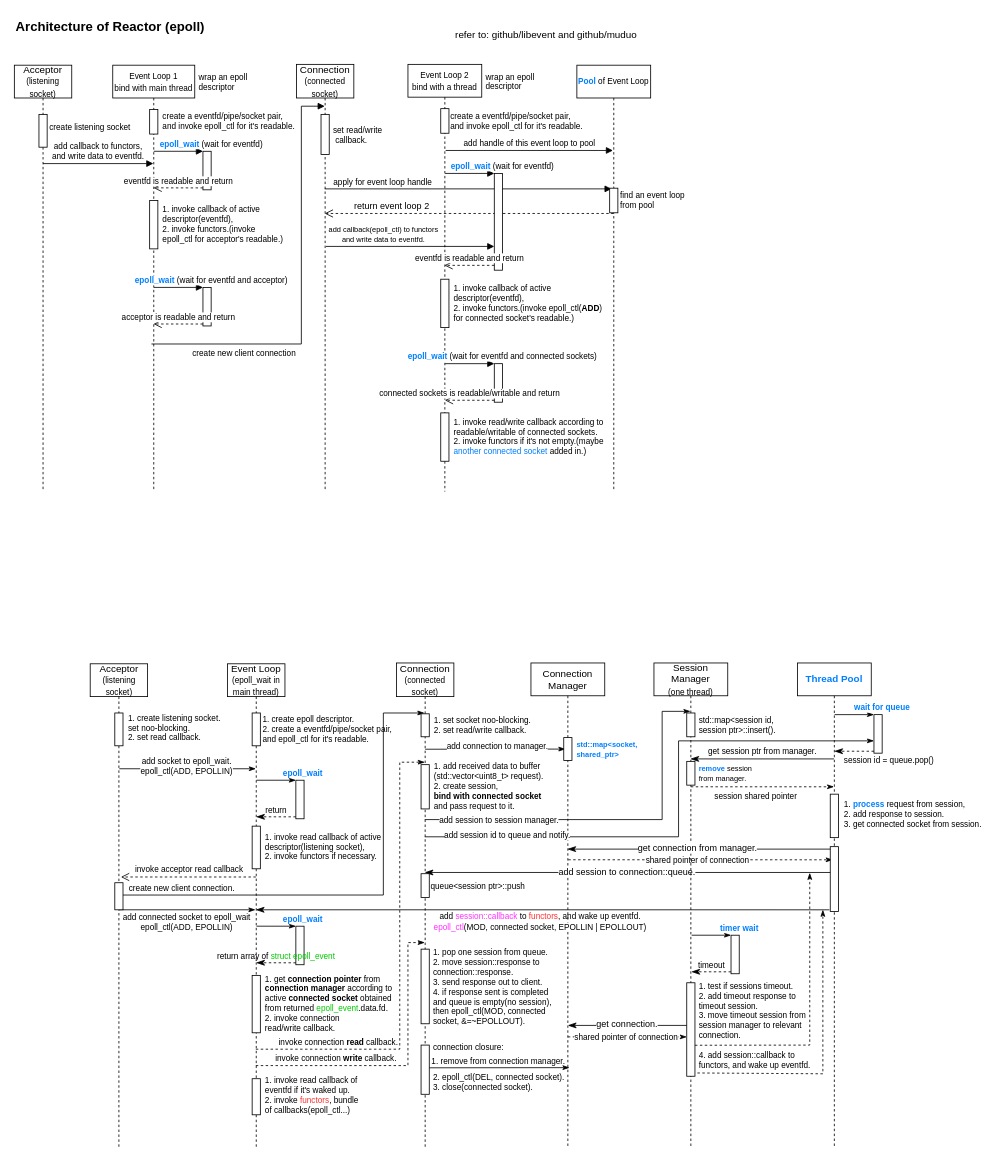
lsclone/StrayBirds keeps this draw.io diagram as asio_arch.drawio. Above is the earlier version. Source tidied: cells renumbered, new cells numbered last; positions are measured from the earlier drawing's top-left corner, leaving out a move shared by most shapes. Both pictures are drawn from the tidied source at 82%, with x=0, y=0 at pixel (14, 14).
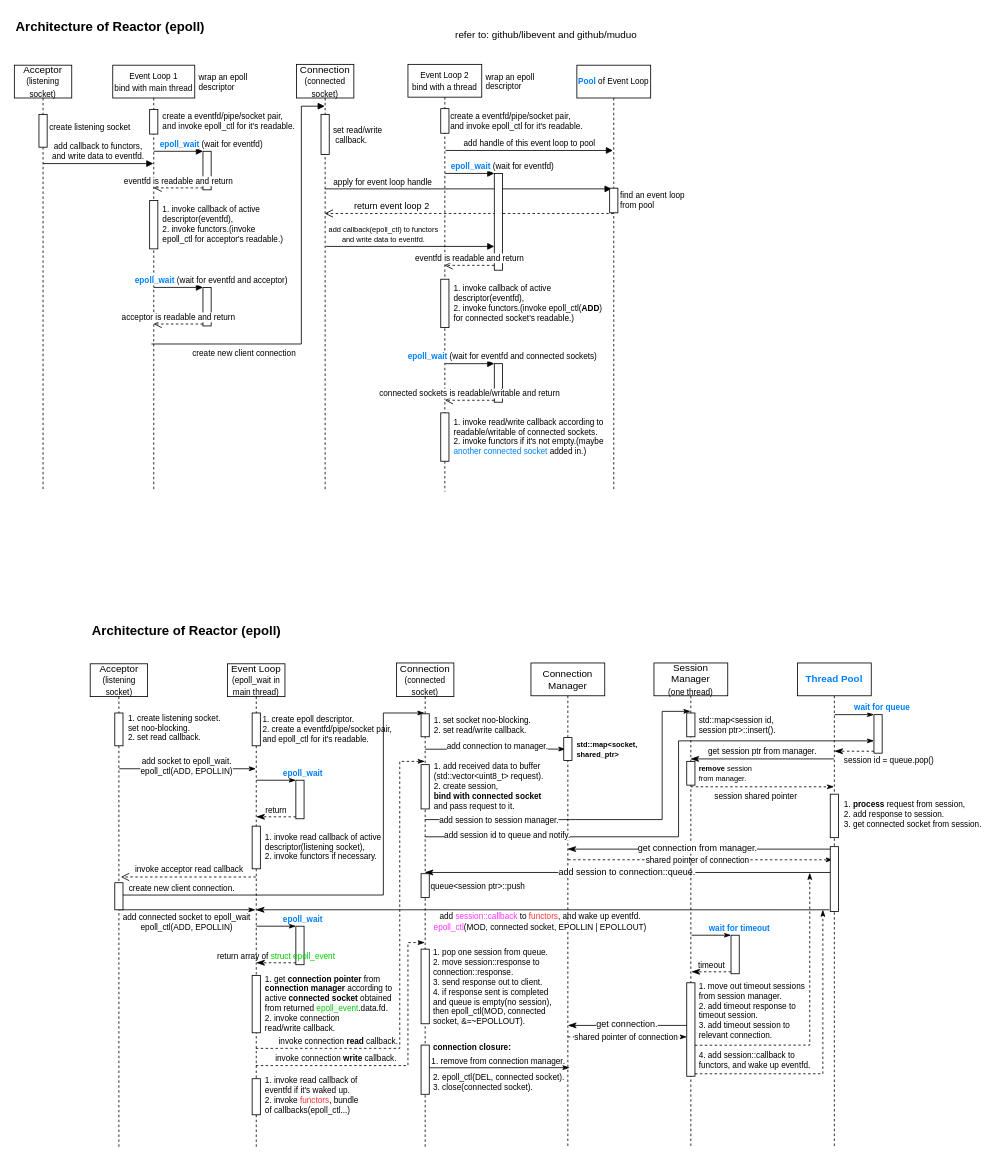
Above is the later version.

Unchanged cells that the change refers to:
```xml
<mxCell id="47" value="Event Loop&lt;br&gt;&lt;font style=&quot;font-size: 10px;&quot;&gt;(epoll_wait in main thread)&lt;/font&gt;" style="shape=umlLifeline;perimeter=lifelinePerimeter;whiteSpace=wrap;html=1;outlineConnect=0;size=40;" parent="1" vertex="1">
  <mxGeometry x="260" y="792" width="70" height="590" as="geometry" />
</mxCell>
<mxCell id="110" style="html=1;points=[];perimeter=orthogonalPerimeter;fontSize=10;" parent="1" vertex="1">
  <mxGeometry x="874" y="1123" width="10" height="47" as="geometry" />
</mxCell>
```

Change to the diagram source:
```diff
@@
-    <mxCell id="50" value="invoke connection &lt;b&gt;read &lt;/b&gt;callback." style="html=1;verticalAlign=bottom;endArrow=classicThin;rounded=0;fontSize=10;dashed=1;endFill=1;" parent="47" edge="1" source="47">
+    <mxCell id="50" value="invoke connection &lt;b&gt;read &lt;/b&gt;callback." style="html=1;verticalAlign=bottom;endArrow=classicThin;rounded=0;fontSize=10;dashed=1;endFill=1;" parent="47" edge="1">
       <mxGeometry x="-0.64" relative="1" as="geometry">
-        <mxPoint x="240.5" y="120" as="targetPoint" />
+        <mxPoint x="34.5" y="469" as="sourcePoint" />
+        <mxPoint x="240.5" y="119" as="targetPoint" />
         <Array as="points">
-          <mxPoint x="210" y="470" />
-          <mxPoint x="210" y="120" />
+          <mxPoint x="210" y="469" />
+          <mxPoint x="210" y="119" />
         </Array>
       </mxGeometry>
     </mxCell>
@@
-    <mxCell id="99" value="&lt;span style=&quot;background-color: rgb(255 , 255 , 255)&quot;&gt;1. &lt;b&gt;&lt;font color=&quot;#007fff&quot;&gt;process&amp;nbsp;&lt;/font&gt;&lt;/b&gt;&lt;/span&gt;&lt;span style=&quot;background-color: rgb(255, 255, 255);&quot;&gt;request from&amp;nbsp;&lt;/span&gt;&lt;span style=&quot;background-color: rgb(255 , 255 , 255)&quot;&gt;session, &lt;br&gt;2. add response to session.&lt;br&gt;3. get connected socket from session.&lt;br&gt;&lt;/span&gt;" style="text;html=1;strokeColor=none;fillColor=none;align=left;verticalAlign=middle;whiteSpace=wrap;rounded=0;fontSize=10;" parent="1" vertex="1">
+    <mxCell id="99" value="&lt;span style=&quot;background-color: rgb(255 , 255 , 255)&quot;&gt;1. &lt;b&gt;process&amp;nbsp;&lt;/b&gt;&lt;/span&gt;&lt;span style=&quot;background-color: rgb(255, 255, 255);&quot;&gt;request from&amp;nbsp;&lt;/span&gt;&lt;span style=&quot;background-color: rgb(255 , 255 , 255)&quot;&gt;session, &lt;br&gt;2. add response to session.&lt;br&gt;3. get connected socket from session.&lt;br&gt;&lt;/span&gt;" style="text;html=1;strokeColor=none;fillColor=none;align=left;verticalAlign=middle;whiteSpace=wrap;rounded=0;fontSize=10;" parent="1" vertex="1">
       <mxGeometry x="1010" y="960" width="178" height="30" as="geometry" />
     </mxCell>
-    <mxCell id="100" value="&lt;span style=&quot;background-color: rgb(255 , 255 , 255)&quot;&gt;&lt;font style=&quot;font-weight: bold; font-size: 9px;&quot; color=&quot;#007fff&quot;&gt;remove &lt;/font&gt;&lt;font style=&quot;font-size: 9px;&quot;&gt;session from manager.&lt;/font&gt;&lt;br&gt;&lt;/span&gt;" style="text;html=1;strokeColor=none;fillColor=none;align=left;verticalAlign=middle;whiteSpace=wrap;rounded=0;fontSize=10;" parent="1" vertex="1">
+    <mxCell id="100" value="&lt;span style=&quot;background-color: rgb(255 , 255 , 255)&quot;&gt;&lt;font style=&quot;font-weight: bold; font-size: 9px;&quot;&gt;remove &lt;/font&gt;&lt;font style=&quot;font-size: 9px;&quot;&gt;session from manager.&lt;/font&gt;&lt;br&gt;&lt;/span&gt;" style="text;html=1;strokeColor=none;fillColor=none;align=left;verticalAlign=middle;whiteSpace=wrap;rounded=0;fontSize=10;" parent="1" vertex="1">
       <mxGeometry x="833" y="910" width="77" height="30" as="geometry" />
     </mxCell>
@@
-    <mxCell id="106" value="&lt;b style=&quot;text-align: center;&quot;&gt;&lt;font style=&quot;font-size: 9px;&quot; color=&quot;#007fff&quot;&gt;std::map&amp;lt;socket, &lt;br&gt;shared_ptr&amp;gt;&lt;/font&gt;&lt;/b&gt;&lt;span style=&quot;background-color: rgb(255 , 255 , 255)&quot;&gt;&lt;br&gt;&lt;/span&gt;" style="text;html=1;strokeColor=none;fillColor=none;align=left;verticalAlign=middle;whiteSpace=wrap;rounded=0;fontSize=10;" parent="1" vertex="1">
+    <mxCell id="106" value="&lt;b style=&quot;text-align: center;&quot;&gt;&lt;font style=&quot;font-size: 9px;&quot;&gt;std::map&amp;lt;socket, &lt;br&gt;shared_ptr&amp;gt;&lt;/font&gt;&lt;/b&gt;&lt;span style=&quot;background-color: rgb(255 , 255 , 255)&quot;&gt;&lt;br&gt;&lt;/span&gt;" style="text;html=1;strokeColor=none;fillColor=none;align=left;verticalAlign=middle;whiteSpace=wrap;rounded=0;fontSize=10;" parent="1" vertex="1">
       <mxGeometry x="684" y="888" width="80" height="16" as="geometry" />
     </mxCell>
@@
-    <mxCell id="108" value="&lt;span style=&quot;background-color: rgb(255 , 255 , 255)&quot;&gt;connection closure:&lt;br&gt;&lt;br&gt;&lt;br&gt;2. epoll_ctl(DEL, connected socket).&lt;br&gt;3. close(connected socket).&lt;br&gt;&lt;/span&gt;" style="text;html=1;strokeColor=none;fillColor=none;align=left;verticalAlign=middle;whiteSpace=wrap;rounded=0;fontSize=10;" parent="1" vertex="1">
+    <mxCell id="108" value="&lt;span style=&quot;background-color: rgb(255 , 255 , 255)&quot;&gt;&lt;b&gt;connection closure:&lt;/b&gt;&lt;br&gt;&lt;br&gt;&lt;br&gt;2. epoll_ctl(DEL, connected socket).&lt;br&gt;3. close(connected socket).&lt;br&gt;&lt;/span&gt;" style="text;html=1;strokeColor=none;fillColor=none;align=left;verticalAlign=middle;whiteSpace=wrap;rounded=0;fontSize=10;" parent="1" vertex="1">
       <mxGeometry x="509" y="1249" width="170" height="70" as="geometry" />
     </mxCell>
@@
-    <mxCell id="111" value="&lt;font color=&quot;#007fff&quot;&gt;&lt;b&gt;timer wait&lt;/b&gt;&lt;/font&gt;" style="html=1;verticalAlign=bottom;endArrow=classicThin;entryX=0;entryY=0;rounded=0;fontSize=10;endFill=1;" parent="1" edge="1" target="110">
+    <mxCell id="111" value="&lt;font color=&quot;#007fff&quot;&gt;&lt;b&gt;wait for timeout&lt;/b&gt;&lt;/font&gt;" style="html=1;verticalAlign=bottom;endArrow=classicThin;entryX=0;entryY=0;rounded=0;fontSize=10;endFill=1;" parent="1" edge="1" target="110">
       <mxGeometry x="1" y="10" relative="1" as="geometry">
         <mxPoint x="826" y="1123" as="sourcePoint" />
         <mxPoint x="10" y="10" as="offset" />
       </mxGeometry>
     </mxCell>
@@
-    <mxCell id="113" value="&lt;span style=&quot;background-color: rgb(255 , 255 , 255)&quot;&gt;1. test if sessions timeout.&lt;br&gt;&lt;/span&gt;2. add timeout response to timeout session.&lt;span style=&quot;background-color: rgb(255 , 255 , 255)&quot;&gt;&lt;br&gt;3. move timeout session from session manager to relevant connection.&lt;br&gt;&lt;br&gt;4. add session::callback to functors, and wake up eventfd.&lt;br&gt;&lt;br&gt;&lt;/span&gt;" style="text;html=1;strokeColor=none;fillColor=none;align=left;verticalAlign=middle;whiteSpace=wrap;rounded=0;fontSize=10;" parent="1" vertex="1">
+    <mxCell id="113" value="&lt;span style=&quot;background-color: rgb(255 , 255 , 255)&quot;&gt;1. move out&amp;nbsp;&lt;/span&gt;timeout&amp;nbsp;&lt;span style=&quot;background-color: rgb(255 , 255 , 255)&quot;&gt;sessions from session manager.&lt;br&gt;&lt;/span&gt;2. add timeout response to timeout session.&lt;span style=&quot;background-color: rgb(255 , 255 , 255)&quot;&gt;&lt;br&gt;3. add timeout session to relevant connection.&lt;br&gt;&lt;br&gt;4. add session::callback to functors, and wake up eventfd.&lt;br&gt;&lt;br&gt;&lt;/span&gt;" style="text;html=1;strokeColor=none;fillColor=none;align=left;verticalAlign=middle;whiteSpace=wrap;rounded=0;fontSize=10;" parent="1" vertex="1">
       <mxGeometry x="833" y="1186" width="147" height="105" as="geometry" />
     </mxCell>
@@
-    <mxCell id="115" style="html=1;verticalAlign=bottom;endArrow=classicThin;rounded=0;fontSize=10;endFill=1;exitX=0;exitY=1;exitDx=0;exitDy=0;dashed=1;" parent="1" edge="1" source="113">
+    <mxCell id="115" style="html=1;verticalAlign=bottom;endArrow=classicThin;rounded=0;fontSize=10;endFill=1;dashed=1;" parent="1" edge="1">
       <mxGeometry x="0.03" y="-6" relative="1" as="geometry">
+        <mxPoint x="830" y="1292" as="sourcePoint" />
         <mxPoint x="986" y="1092" as="targetPoint" />
         <Array as="points">
           <mxPoint x="986" y="1292" />
         </Array>
       </mxGeometry>
     </mxCell>
+    <mxCell id="116" value="&lt;span style=&quot;background-color: rgb(255 , 255 , 255)&quot;&gt;&lt;b&gt;&lt;font style=&quot;font-size: 16px&quot;&gt;Architecture of Reactor (epoll)&lt;/font&gt;&lt;/b&gt;&lt;br&gt;&lt;/span&gt;" style="text;html=1;strokeColor=none;fillColor=none;align=left;verticalAlign=middle;whiteSpace=wrap;rounded=0;fontSize=10;" parent="1" vertex="1">
+      <mxGeometry x="92.5" y="736" width="255" height="30" as="geometry" />
+    </mxCell>
```
